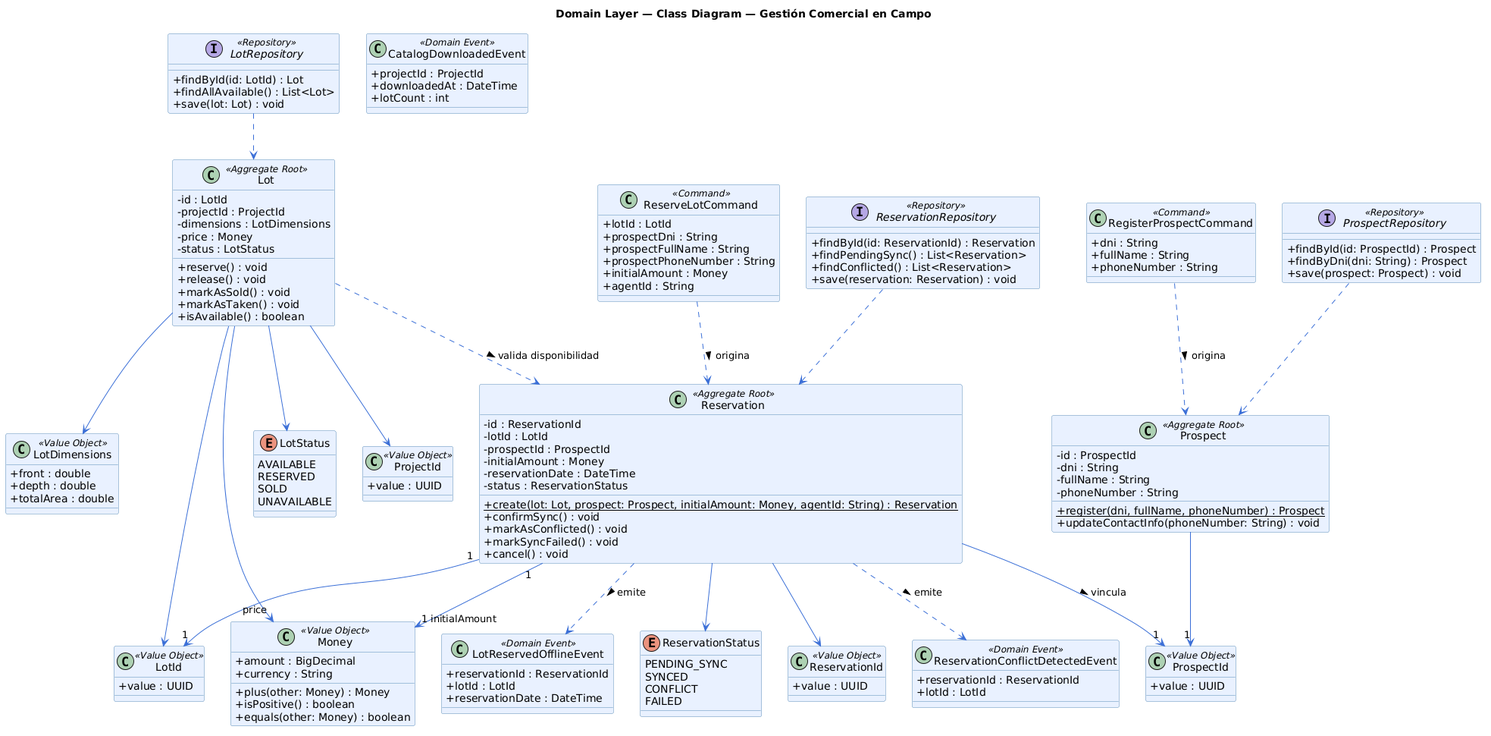
Earlier version of the PlantUML export assets/cap2/BC-Gestion-Comercial-en-Campo-Class-Diagram.png (1ACC0238-2620-13981-NovaCorp-InmoNode/InmoNode-Project-Report). Source of this version:
```plantuml
@startuml
title Domain Layer — Class Diagram — Gestión Comercial en Campo

skinparam classAttributeIconSize 0
skinparam class {
  BackgroundColor #E8F0FE
  BorderColor #5B8DB8
  ArrowColor #3B6FD6
}
skinparam ArrowColor #3B6FD6

class ReserveLotCommand <<Command>> {
  +lotId : LotId
  +prospectDni : String
  +prospectFullName : String
  +prospectPhoneNumber : String
  +initialAmount : Money
  +agentId : String
}

class RegisterProspectCommand <<Command>> {
  +dni : String
  +fullName : String
  +phoneNumber : String
}

class CatalogDownloadedEvent <<Domain Event>> {
  +projectId : ProjectId
  +downloadedAt : DateTime
  +lotCount : int
}

interface "ReservationRepository" as ReservationRepository <<Repository>> {
  +findById(id: ReservationId) : Reservation
  +findPendingSync() : List<Reservation>
  +findConflicted() : List<Reservation>
  +save(reservation: Reservation) : void
}

interface "LotRepository" as LotRepository <<Repository>> {
  +findById(id: LotId) : Lot
  +findAllAvailable() : List<Lot>
  +save(lot: Lot) : void
}

interface "ProspectRepository" as ProspectRepository <<Repository>> {
  +findById(id: ProspectId) : Prospect
  +findByDni(dni: String) : Prospect
  +save(prospect: Prospect) : void
}

class Reservation <<Aggregate Root>> {
  -id : ReservationId
  -lotId : LotId
  -prospectId : ProspectId
  -initialAmount : Money
  -reservationDate : DateTime
  -status : ReservationStatus
  +{static} create(lot: Lot, prospect: Prospect, initialAmount: Money, agentId: String) : Reservation
  +confirmSync() : void
  +markAsConflicted() : void
  +markSyncFailed() : void
  +cancel() : void
}

class Lot <<Aggregate Root>> {
  -id : LotId
  -projectId : ProjectId
  -dimensions : LotDimensions
  -price : Money
  -status : LotStatus
  +reserve() : void
  +release() : void
  +markAsSold() : void
  +markAsTaken() : void
  +isAvailable() : boolean
}

class Prospect <<Aggregate Root>> {
  -id : ProspectId
  -dni : String
  -fullName : String
  -phoneNumber : String
  +{static} register(dni, fullName, phoneNumber) : Prospect
  +updateContactInfo(phoneNumber: String) : void
}

class ReservationConflictDetectedEvent <<Domain Event>> {
  +reservationId : ReservationId
  +lotId : LotId
}

class LotReservedOfflineEvent <<Domain Event>> {
  +reservationId : ReservationId
  +lotId : LotId
  +reservationDate : DateTime
}

enum ReservationStatus {
  PENDING_SYNC
  SYNCED
  CONFLICT
  FAILED
}

enum LotStatus {
  AVAILABLE
  RESERVED
  SOLD
  UNAVAILABLE
}

class ReservationId <<Value Object>> {
  +value : UUID
}

class LotId <<Value Object>> {
  +value : UUID
}

class ProjectId <<Value Object>> {
  +value : UUID
}

class ProspectId <<Value Object>> {
  +value : UUID
}

class LotDimensions <<Value Object>> {
  +front : double
  +depth : double
  +totalArea : double
}

class Money <<Value Object>> {
  +amount : BigDecimal
  +currency : String
  +plus(other: Money) : Money
  +isPositive() : boolean
  +equals(other: Money) : boolean
}

ReservationRepository ..> Reservation
LotRepository ..> Lot
ProspectRepository ..> Prospect
ReserveLotCommand ..> Reservation : origina >
RegisterProspectCommand ..> Prospect : origina >

Reservation "1" --> "1" LotId
Reservation "1" --> "1 initialAmount" Money
Reservation --> ReservationId
Reservation --> ReservationStatus
Reservation ..> LotReservedOfflineEvent : emite >
Reservation ..> ReservationConflictDetectedEvent : emite >
Reservation --> "1" ProspectId : vincula >

Lot --> LotId
Lot --> ProjectId
Lot --> LotDimensions
Lot --> "price" Money
Lot --> LotStatus
Lot ..> Reservation : valida disponibilidad >

Prospect --> "1" ProspectId

@enduml
```
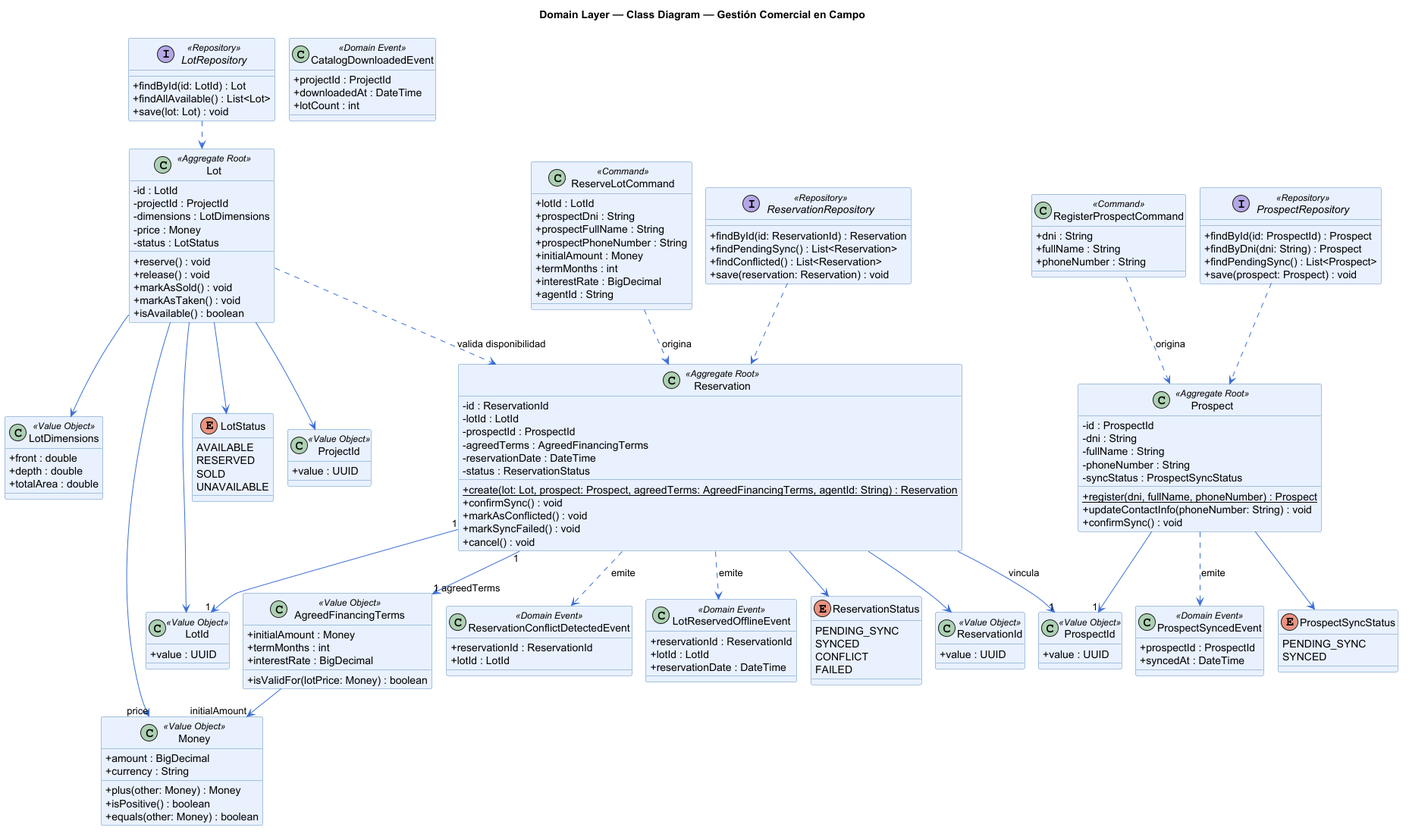
Above is the later version.

Commit message:
fix(chapter-02): sync PlantUML diagrams with voucher, buyer identity and financing terms changes

Change to the diagram source:
```diff
@@ -1,4 +1,5 @@
 @startuml
+!pragma layout smetana
 title Domain Layer — Class Diagram — Gestión Comercial en Campo
 
 skinparam classAttributeIconSize 0
@@ -15,6 +16,8 @@
   +prospectFullName : String
   +prospectPhoneNumber : String
   +initialAmount : Money
+  +termMonths : int
+  +interestRate : BigDecimal
   +agentId : String
 }
 
@@ -46,6 +49,7 @@
 interface "ProspectRepository" as ProspectRepository <<Repository>> {
   +findById(id: ProspectId) : Prospect
   +findByDni(dni: String) : Prospect
+  +findPendingSync() : List<Prospect>
   +save(prospect: Prospect) : void
 }
 
@@ -53,10 +57,10 @@
   -id : ReservationId
   -lotId : LotId
   -prospectId : ProspectId
-  -initialAmount : Money
+  -agreedTerms : AgreedFinancingTerms
   -reservationDate : DateTime
   -status : ReservationStatus
-  +{static} create(lot: Lot, prospect: Prospect, initialAmount: Money, agentId: String) : Reservation
+  +{static} create(lot: Lot, prospect: Prospect, agreedTerms: AgreedFinancingTerms, agentId: String) : Reservation
   +confirmSync() : void
   +markAsConflicted() : void
   +markSyncFailed() : void
@@ -81,8 +85,27 @@
   -dni : String
   -fullName : String
   -phoneNumber : String
+  -syncStatus : ProspectSyncStatus
   +{static} register(dni, fullName, phoneNumber) : Prospect
   +updateContactInfo(phoneNumber: String) : void
+  +confirmSync() : void
+}
+
+class ProspectSyncedEvent <<Domain Event>> {
+  +prospectId : ProspectId
+  +syncedAt : DateTime
+}
+
+enum ProspectSyncStatus {
+  PENDING_SYNC
+  SYNCED
+}
+
+class AgreedFinancingTerms <<Value Object>> {
+  +initialAmount : Money
+  +termMonths : int
+  +interestRate : BigDecimal
+  +isValidFor(lotPrice: Money) : boolean
 }
 
 class ReservationConflictDetectedEvent <<Domain Event>> {
@@ -147,7 +170,8 @@
 RegisterProspectCommand ..> Prospect : origina >
 
 Reservation "1" --> "1" LotId
-Reservation "1" --> "1 initialAmount" Money
+Reservation "1" --> "1 agreedTerms" AgreedFinancingTerms
+AgreedFinancingTerms --> "initialAmount" Money
 Reservation --> ReservationId
 Reservation --> ReservationStatus
 Reservation ..> LotReservedOfflineEvent : emite >
@@ -162,5 +186,7 @@
 Lot ..> Reservation : valida disponibilidad >
 
 Prospect --> "1" ProspectId
+Prospect --> ProspectSyncStatus
+Prospect ..> ProspectSyncedEvent : emite >
 
 @enduml
```
